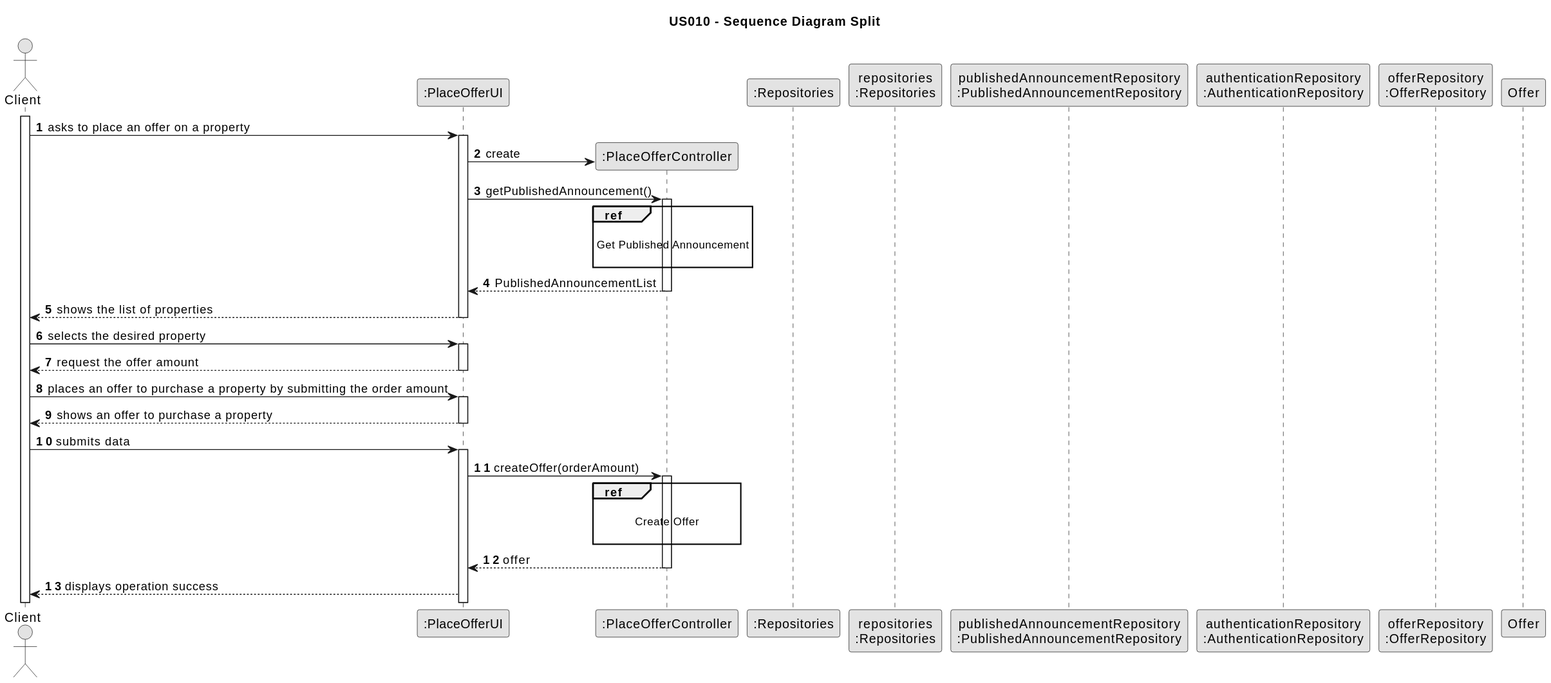
PureNimble/ISEP-LAPR2 keeps this PlantUML diagram as docs/sprintC/US10/03.design/svg/us010-sequence-diagram-split.svg. Above is the earlier version.
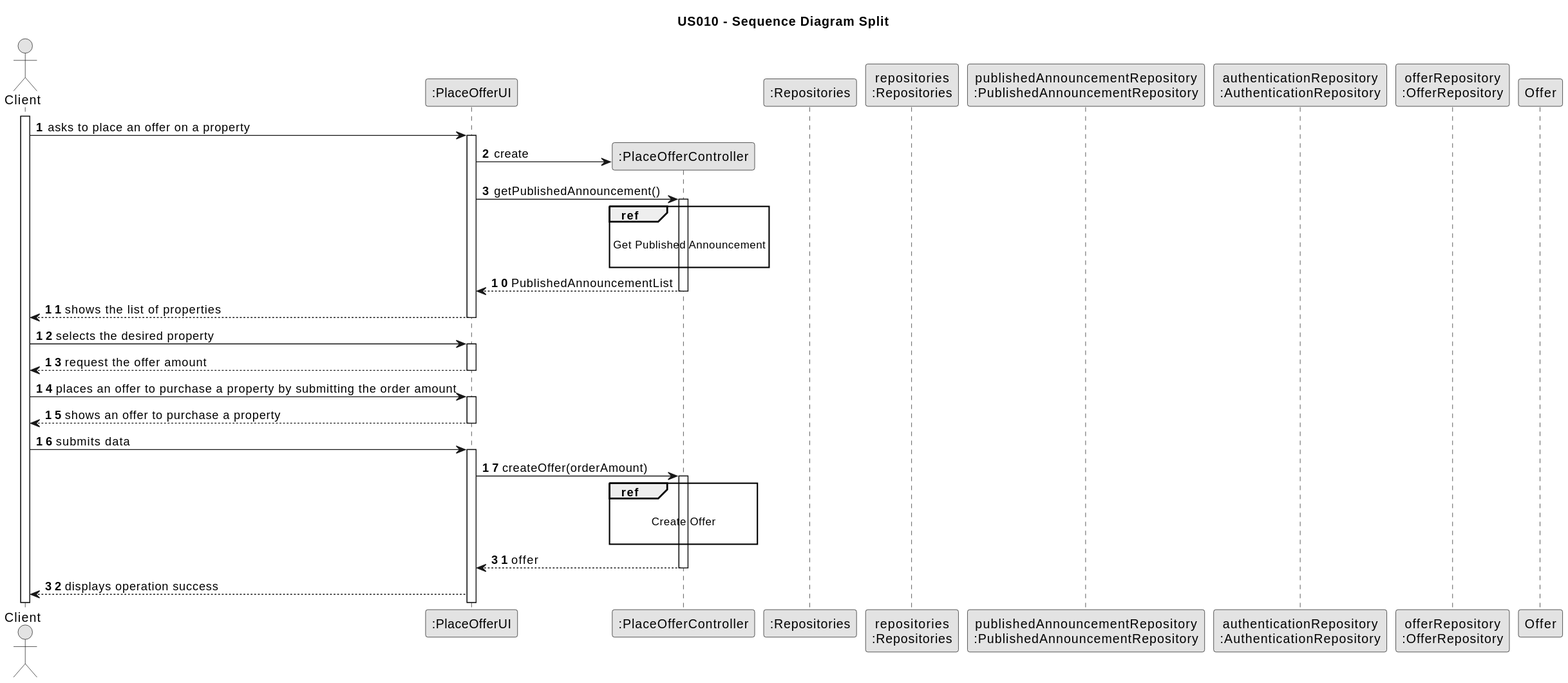
After the change.

Commit message:
US010 - - Updates to SD Split SVG Preview.

Diff of the diagram source:
```diff
@@ -33,6 +33,8 @@
 
 end
 
+autonumber 10
+
 Controller --> System : PublishedAnnouncementList
 deactivate Controller
 
@@ -63,6 +65,8 @@
 
 end
 
+autonumber 31
+
 Controller --> System : offer
 deactivate Controller
 
```
